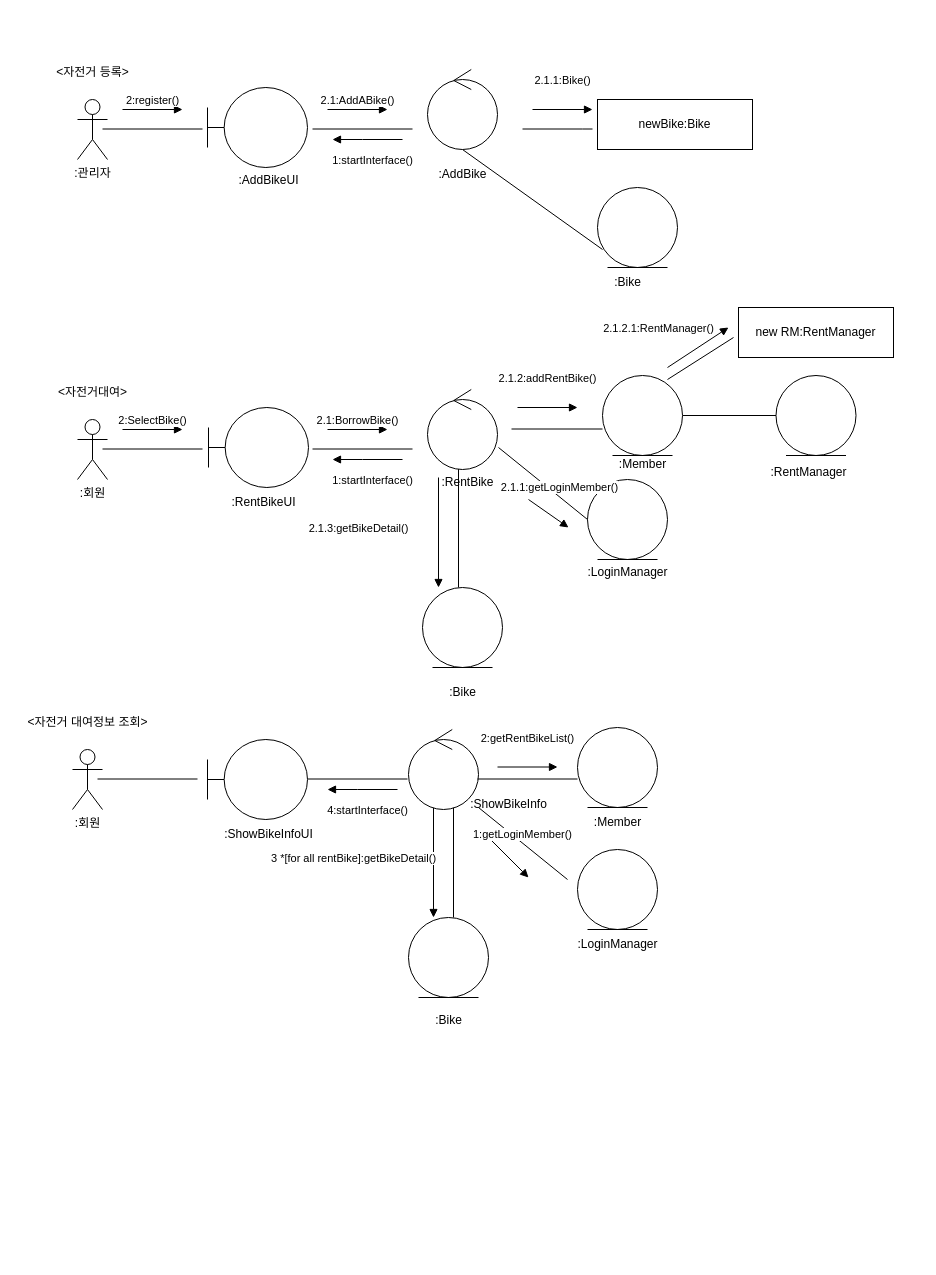
This is page "페이지-2" (2 of 2) of 소공2차과제 커뮤니케이션 다이어그램.drawio.xml from nowOne2/se2ndAssignment, a draw.io file, before an edit. Source tidied: cells renumbered, new cells numbered last; positions are measured from the earlier drawing's top-left corner, leaving out a move shared by most shapes. Both pictures are drawn from the tidied source at 100%, with x=0, y=0 at pixel (17, 57).
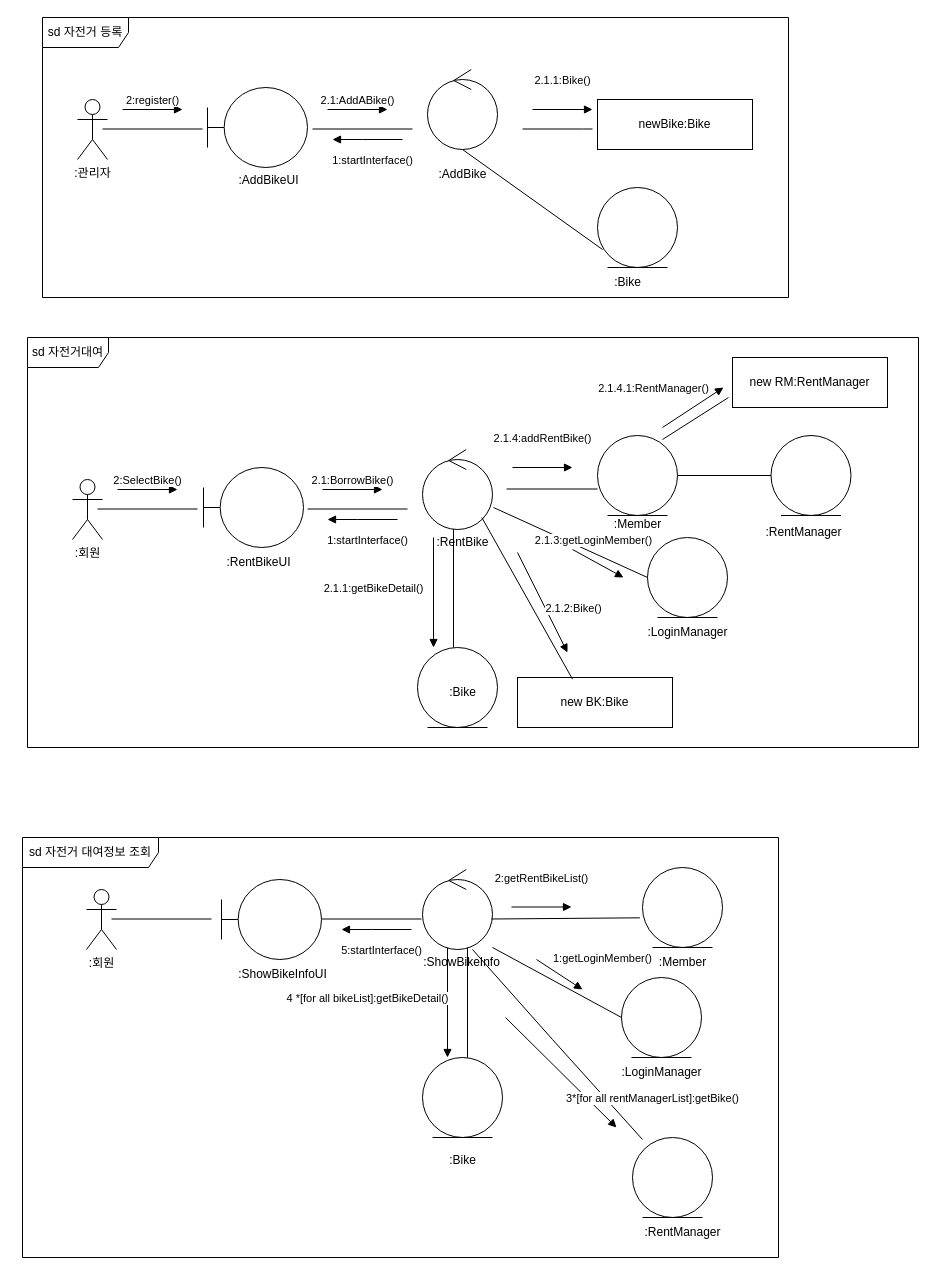
The same diagram, later.

What changed in the source:
```diff
@@
-    <mxCell id="2" value="&amp;lt;자전거 등록&amp;gt;" style="text;html=1;align=center;verticalAlign=middle;strokeColor=none;fillColor=none;" parent="1" vertex="1">
-      <mxGeometry x="25" width="100" height="30" as="geometry" />
-    </mxCell>
@@
-    <mxCell id="13" value="&amp;lt;자전거대여&amp;gt;" style="text;html=1;align=center;verticalAlign=middle;strokeColor=none;fillColor=none;" parent="1" vertex="1">
-      <mxGeometry x="30" y="320" width="90" height="30" as="geometry" />
-    </mxCell>
     <mxCell id="14" value=":회원" style="shape=umlActor;verticalLabelPosition=bottom;verticalAlign=top;html=1;" parent="1" vertex="1">
-      <mxGeometry x="60" y="362" width="30" height="60" as="geometry" />
+      <mxGeometry x="55" y="422" width="30" height="60" as="geometry" />
     </mxCell>
     <mxCell id="15" value="new RM:RentManager" style="html=1;whiteSpace=wrap;" parent="1" vertex="1">
-      <mxGeometry x="721" y="250" width="155" height="50" as="geometry" />
+      <mxGeometry x="715" y="300" width="155" height="50" as="geometry" />
     </mxCell>
     <mxCell id="16" style="endArrow=none;html=1;rounded=0;" parent="1" edge="1">
       <mxGeometry relative="1" as="geometry">
-        <mxPoint x="85" y="391.5" as="sourcePoint" />
-        <mxPoint x="185" y="391.5" as="targetPoint" />
+        <mxPoint x="80" y="451.5" as="sourcePoint" />
+        <mxPoint x="180" y="451.5" as="targetPoint" />
       </mxGeometry>
     </mxCell>
     <mxCell id="17" style="endArrow=none;html=1;rounded=0;" parent="1" edge="1">
       <mxGeometry relative="1" as="geometry">
-        <mxPoint x="295" y="391.5" as="sourcePoint" />
-        <mxPoint x="395" y="391.5" as="targetPoint" />
+        <mxPoint x="290" y="451.5" as="sourcePoint" />
+        <mxPoint x="390" y="451.5" as="targetPoint" />
       </mxGeometry>
     </mxCell>
     <mxCell id="18" value="1:startInterface()" style="html=1;verticalAlign=bottom;endArrow=block;curved=0;rounded=0;" parent="1" edge="1">
       <mxGeometry x="-0.14" y="30" relative="1" as="geometry">
-        <mxPoint x="385" y="402" as="sourcePoint" />
-        <mxPoint x="315" y="402" as="targetPoint" />
+        <mxPoint x="380" y="462" as="sourcePoint" />
+        <mxPoint x="310" y="462" as="targetPoint" />
         <Array as="points">
-          <mxPoint x="345" y="402" />
+          <mxPoint x="340" y="462" />
         </Array>
       </mxGeometry>
     </mxCell>
     <mxCell id="19" value="2:SelectBike()" style="html=1;verticalAlign=bottom;endArrow=block;curved=0;rounded=0;" parent="1" edge="1">
       <mxGeometry relative="1" as="geometry">
-        <mxPoint x="105" y="372" as="sourcePoint" />
-        <mxPoint x="165" y="372" as="targetPoint" />
+        <mxPoint x="100" y="432" as="sourcePoint" />
+        <mxPoint x="160" y="432" as="targetPoint" />
       </mxGeometry>
     </mxCell>
     <mxCell id="20" value="2.1:BorrowBike()" style="html=1;verticalAlign=bottom;endArrow=block;curved=0;rounded=0;" parent="1" edge="1">
       <mxGeometry relative="1" as="geometry">
-        <mxPoint x="310" y="372" as="sourcePoint" />
-        <mxPoint x="370" y="372" as="targetPoint" />
+        <mxPoint x="305" y="432" as="sourcePoint" />
+        <mxPoint x="365" y="432" as="targetPoint" />
       </mxGeometry>
     </mxCell>
     <mxCell id="21" style="endArrow=none;html=1;rounded=0;" parent="1" edge="1">
       <mxGeometry relative="1" as="geometry">
-        <mxPoint x="441" y="410" as="sourcePoint" />
-        <mxPoint x="441" y="530" as="targetPoint" />
+        <mxPoint x="436" y="470" as="sourcePoint" />
+        <mxPoint x="436" y="590" as="targetPoint" />
       </mxGeometry>
     </mxCell>
-    <mxCell id="22" value="2.1.3:getBikeDetail()" style="html=1;verticalAlign=bottom;endArrow=block;curved=0;rounded=0;" parent="1" edge="1">
-      <mxGeometry x="0.09" y="-80" relative="1" as="geometry">
-        <mxPoint x="421" y="420" as="sourcePoint" />
-        <mxPoint x="421" y="530" as="targetPoint" />
+    <mxCell id="22" value="2.1.1:getBikeDetail()" style="html=1;verticalAlign=bottom;endArrow=block;curved=0;rounded=0;" parent="1" edge="1">
+      <mxGeometry x="0.09" y="-60" relative="1" as="geometry">
+        <mxPoint x="416" y="480" as="sourcePoint" />
+        <mxPoint x="416" y="590" as="targetPoint" />
       </mxGeometry>
     </mxCell>
-    <mxCell id="23" value="&amp;lt;자전거 대여정보 조회&amp;gt;" style="text;html=1;align=center;verticalAlign=middle;strokeColor=none;fillColor=none;" parent="1" vertex="1">
-      <mxGeometry y="650" width="140" height="30" as="geometry" />
-    </mxCell>
     <mxCell id="24" value=":회원" style="shape=umlActor;verticalLabelPosition=bottom;verticalAlign=top;html=1;" parent="1" vertex="1">
-      <mxGeometry x="55" y="692" width="30" height="60" as="geometry" />
+      <mxGeometry x="69" y="832" width="30" height="60" as="geometry" />
     </mxCell>
     <mxCell id="25" style="endArrow=none;html=1;rounded=0;" parent="1" edge="1">
       <mxGeometry relative="1" as="geometry">
-        <mxPoint x="80" y="721.5" as="sourcePoint" />
-        <mxPoint x="180" y="721.5" as="targetPoint" />
+        <mxPoint x="94" y="861.5" as="sourcePoint" />
+        <mxPoint x="194" y="861.5" as="targetPoint" />
       </mxGeometry>
     </mxCell>
     <mxCell id="26" style="endArrow=none;html=1;rounded=0;" parent="1" edge="1">
       <mxGeometry relative="1" as="geometry">
-        <mxPoint x="290" y="721.5" as="sourcePoint" />
-        <mxPoint x="390" y="721.5" as="targetPoint" />
+        <mxPoint x="304" y="861.5" as="sourcePoint" />
+        <mxPoint x="404" y="861.5" as="targetPoint" />
       </mxGeometry>
     </mxCell>
-    <mxCell id="27" value="4:startInterface()" style="html=1;verticalAlign=bottom;endArrow=block;curved=0;rounded=0;" parent="1" edge="1">
+    <mxCell id="27" value="5:startInterface()" style="html=1;verticalAlign=bottom;endArrow=block;curved=0;rounded=0;" parent="1" edge="1">
       <mxGeometry x="-0.14" y="30" relative="1" as="geometry">
-        <mxPoint x="380" y="732" as="sourcePoint" />
-        <mxPoint x="310" y="732" as="targetPoint" />
+        <mxPoint x="394" y="872" as="sourcePoint" />
+        <mxPoint x="324" y="872" as="targetPoint" />
         <Array as="points">
-          <mxPoint x="340" y="732" />
+          <mxPoint x="354" y="872" />
         </Array>
       </mxGeometry>
     </mxCell>
     <mxCell id="28" style="endArrow=none;html=1;rounded=0;" parent="1" edge="1">
       <mxGeometry relative="1" as="geometry">
-        <mxPoint x="436" y="740" as="sourcePoint" />
-        <mxPoint x="436" y="860" as="targetPoint" />
+        <mxPoint x="450" y="880" as="sourcePoint" />
+        <mxPoint x="450" y="1000" as="targetPoint" />
       </mxGeometry>
     </mxCell>
-    <mxCell id="29" value="3 *[for all rentBike]:getBikeDetail()" style="html=1;verticalAlign=bottom;endArrow=block;curved=0;rounded=0;" parent="1" edge="1">
+    <mxCell id="29" value="4 *[for all bikeList]:getBikeDetail()" style="html=1;verticalAlign=bottom;endArrow=block;curved=0;rounded=0;" parent="1" edge="1">
       <mxGeometry x="0.09" y="-80" relative="1" as="geometry">
-        <mxPoint x="416" y="750" as="sourcePoint" />
-        <mxPoint x="416" y="860" as="targetPoint" />
+        <mxPoint x="430" y="890" as="sourcePoint" />
+        <mxPoint x="430" y="1000" as="targetPoint" />
       </mxGeometry>
     </mxCell>
@@
     <mxCell id="35" style="shape=umlBoundary;whiteSpace=wrap;html=1;" parent="1" vertex="1">
-      <mxGeometry x="191" y="350" width="100" height="80" as="geometry" />
+      <mxGeometry x="186" y="410" width="100" height="80" as="geometry" />
     </mxCell>
     <mxCell id="36" style="ellipse;shape=umlControl;whiteSpace=wrap;html=1;" parent="1" vertex="1">
-      <mxGeometry x="410" y="332" width="70" height="80" as="geometry" />
+      <mxGeometry x="405" y="392" width="70" height="80" as="geometry" />
     </mxCell>
     <mxCell id="37" style="ellipse;shape=umlEntity;whiteSpace=wrap;html=1;" parent="1" vertex="1">
-      <mxGeometry x="405" y="530" width="80" height="80" as="geometry" />
+      <mxGeometry x="400" y="590" width="80" height="80" as="geometry" />
     </mxCell>
     <mxCell id="38" style="ellipse;shape=umlEntity;whiteSpace=wrap;html=1;" parent="1" vertex="1">
-      <mxGeometry x="758.5" y="318" width="80" height="80" as="geometry" />
+      <mxGeometry x="753.5" y="378" width="80" height="80" as="geometry" />
     </mxCell>
     <mxCell id="39" value=":RentBikeUI" style="text;html=1;align=center;verticalAlign=middle;strokeColor=none;fillColor=none;" parent="1" vertex="1">
-      <mxGeometry x="201" y="430" width="90" height="30" as="geometry" />
+      <mxGeometry x="196" y="490" width="90" height="30" as="geometry" />
     </mxCell>
     <mxCell id="40" value=":RentBike" style="text;html=1;align=center;verticalAlign=middle;strokeColor=none;fillColor=none;" parent="1" vertex="1">
-      <mxGeometry x="410" y="410" width="80" height="30" as="geometry" />
+      <mxGeometry x="405" y="470" width="80" height="30" as="geometry" />
     </mxCell>
@@
     <mxCell id="42" value=":RentManager" style="text;html=1;align=center;verticalAlign=middle;strokeColor=none;fillColor=none;" parent="1" vertex="1">
-      <mxGeometry x="741" y="400" width="100" height="30" as="geometry" />
+      <mxGeometry x="736" y="460" width="100" height="30" as="geometry" />
     </mxCell>
     <mxCell id="43" style="shape=umlBoundary;whiteSpace=wrap;html=1;" parent="1" vertex="1">
-      <mxGeometry x="190" y="682" width="100" height="80" as="geometry" />
+      <mxGeometry x="204" y="822" width="100" height="80" as="geometry" />
     </mxCell>
     <mxCell id="44" style="ellipse;shape=umlControl;whiteSpace=wrap;html=1;" parent="1" vertex="1">
-      <mxGeometry x="391" y="672" width="70" height="80" as="geometry" />
+      <mxGeometry x="405" y="812" width="70" height="80" as="geometry" />
     </mxCell>
     <mxCell id="45" style="ellipse;shape=umlEntity;whiteSpace=wrap;html=1;" parent="1" vertex="1">
-      <mxGeometry x="391" y="860" width="80" height="80" as="geometry" />
+      <mxGeometry x="405" y="1000" width="80" height="80" as="geometry" />
     </mxCell>
     <mxCell id="46" value=":ShowBikeInfoUI" style="text;html=1;align=center;verticalAlign=middle;strokeColor=none;fillColor=none;" parent="1" vertex="1">
-      <mxGeometry x="196" y="762" width="110" height="30" as="geometry" />
+      <mxGeometry x="210" y="902" width="110" height="30" as="geometry" />
     </mxCell>
     <mxCell id="47" value=":ShowBikeInfo" style="text;html=1;align=center;verticalAlign=middle;strokeColor=none;fillColor=none;" parent="1" vertex="1">
-      <mxGeometry x="441" y="732" width="100" height="30" as="geometry" />
+      <mxGeometry x="394" y="890" width="100" height="30" as="geometry" />
     </mxCell>
     <mxCell id="48" value=":Bike" style="text;html=1;align=center;verticalAlign=middle;strokeColor=none;fillColor=none;" parent="1" vertex="1">
-      <mxGeometry x="406" y="948" width="50" height="30" as="geometry" />
+      <mxGeometry x="420" y="1088" width="50" height="30" as="geometry" />
     </mxCell>
@@
     <mxCell id="50" style="ellipse;shape=umlEntity;whiteSpace=wrap;html=1;" parent="1" vertex="1">
-      <mxGeometry x="585" y="318" width="80" height="80" as="geometry" />
+      <mxGeometry x="580" y="378" width="80" height="80" as="geometry" />
     </mxCell>
     <mxCell id="51" style="ellipse;shape=umlEntity;whiteSpace=wrap;html=1;" parent="1" vertex="1">
-      <mxGeometry x="570" y="422" width="80" height="80" as="geometry" />
+      <mxGeometry x="630" y="480" width="80" height="80" as="geometry" />
     </mxCell>
     <mxCell id="52" value=":Member" style="text;html=1;align=center;verticalAlign=middle;strokeColor=none;fillColor=none;" parent="1" vertex="1">
-      <mxGeometry x="590" y="392" width="70" height="30" as="geometry" />
+      <mxGeometry x="585" y="452" width="70" height="30" as="geometry" />
     </mxCell>
     <mxCell id="53" value=":LoginManager" style="text;html=1;align=center;verticalAlign=middle;strokeColor=none;fillColor=none;" parent="1" vertex="1">
-      <mxGeometry x="560" y="500" width="100" height="30" as="geometry" />
+      <mxGeometry x="620" y="560" width="100" height="30" as="geometry" />
     </mxCell>
     <mxCell id="54" style="endArrow=none;html=1;rounded=0;entryX=0;entryY=0.5;entryDx=0;entryDy=0;" parent="1" edge="1" target="51">
       <mxGeometry relative="1" as="geometry">
-        <mxPoint x="481" y="390" as="sourcePoint" />
+        <mxPoint x="476" y="450" as="sourcePoint" />
       </mxGeometry>
     </mxCell>
-    <mxCell id="55" value="2.1.1:getLoginMember()" style="html=1;verticalAlign=bottom;endArrow=block;curved=0;rounded=0;" parent="1" edge="1">
-      <mxGeometry y="20" relative="1" as="geometry">
-        <mxPoint x="511" y="442" as="sourcePoint" />
-        <mxPoint x="551" y="470" as="targetPoint" />
+    <mxCell id="55" value="2.1.3:getLoginMember()" style="html=1;verticalAlign=bottom;endArrow=block;curved=0;rounded=0;" parent="1" edge="1">
+      <mxGeometry x="-0.37" y="10" relative="1" as="geometry">
+        <mxPoint x="555" y="492" as="sourcePoint" />
+        <mxPoint x="606" y="520" as="targetPoint" />
       </mxGeometry>
     </mxCell>
     <mxCell id="56" style="endArrow=none;html=1;rounded=0;" parent="1" edge="1">
       <mxGeometry relative="1" as="geometry">
-        <mxPoint x="494" y="371.5" as="sourcePoint" />
-        <mxPoint x="585" y="371.5" as="targetPoint" />
+        <mxPoint x="489" y="431.5" as="sourcePoint" />
+        <mxPoint x="580" y="431.5" as="targetPoint" />
       </mxGeometry>
     </mxCell>
-    <mxCell id="57" value="2.1.2:addRentBike()" style="html=1;verticalAlign=bottom;endArrow=block;curved=0;rounded=0;" parent="1" edge="1">
+    <mxCell id="57" value="2.1.4:addRentBike()" style="html=1;verticalAlign=bottom;endArrow=block;curved=0;rounded=0;" parent="1" edge="1">
       <mxGeometry y="20" relative="1" as="geometry">
-        <mxPoint x="500" y="350" as="sourcePoint" />
-        <mxPoint x="560" y="350" as="targetPoint" />
+        <mxPoint x="495" y="410" as="sourcePoint" />
+        <mxPoint x="555" y="410" as="targetPoint" />
       </mxGeometry>
     </mxCell>
     <mxCell id="58" style="endArrow=none;html=1;rounded=0;" parent="1" edge="1">
       <mxGeometry relative="1" as="geometry">
-        <mxPoint x="650" y="322" as="sourcePoint" />
-        <mxPoint x="716" y="280" as="targetPoint" />
+        <mxPoint x="645" y="382" as="sourcePoint" />
+        <mxPoint x="711" y="340" as="targetPoint" />
       </mxGeometry>
     </mxCell>
-    <mxCell id="59" value="2.1.2.1:RentManager()" style="html=1;verticalAlign=bottom;endArrow=block;curved=0;rounded=0;" parent="1" edge="1">
+    <mxCell id="59" value="2.1.4.1:RentManager()" style="html=1;verticalAlign=bottom;endArrow=block;curved=0;rounded=0;" parent="1" edge="1">
       <mxGeometry x="-0.76" y="30" relative="1" as="geometry">
-        <mxPoint x="650" y="310" as="sourcePoint" />
-        <mxPoint x="711" y="270" as="targetPoint" />
+        <mxPoint x="645" y="370" as="sourcePoint" />
+        <mxPoint x="706" y="330" as="targetPoint" />
       </mxGeometry>
     </mxCell>
     <mxCell id="60" style="ellipse;shape=umlEntity;whiteSpace=wrap;html=1;" parent="1" vertex="1">
-      <mxGeometry x="560" y="792" width="80" height="80" as="geometry" />
+      <mxGeometry x="604" y="920" width="80" height="80" as="geometry" />
     </mxCell>
     <mxCell id="61" style="ellipse;shape=umlEntity;whiteSpace=wrap;html=1;" parent="1" vertex="1">
-      <mxGeometry x="560" y="670" width="80" height="80" as="geometry" />
+      <mxGeometry x="625" y="810" width="80" height="80" as="geometry" />
     </mxCell>
     <mxCell id="62" value=":Member" style="text;html=1;align=center;verticalAlign=middle;strokeColor=none;fillColor=none;" parent="1" vertex="1">
-      <mxGeometry x="565" y="750" width="70" height="30" as="geometry" />
+      <mxGeometry x="630" y="890" width="70" height="30" as="geometry" />
     </mxCell>
     <mxCell id="63" value=":LoginManager" style="text;html=1;align=center;verticalAlign=middle;strokeColor=none;fillColor=none;" parent="1" vertex="1">
-      <mxGeometry x="550" y="872" width="100" height="30" as="geometry" />
+      <mxGeometry x="594" y="1000" width="100" height="30" as="geometry" />
     </mxCell>
-    <mxCell id="64" style="endArrow=none;html=1;rounded=0;entryX=0;entryY=0.5;entryDx=0;entryDy=0;" parent="1" edge="1">
+    <mxCell id="64" style="endArrow=none;html=1;rounded=0;entryX=0;entryY=0.5;entryDx=0;entryDy=0;" parent="1" edge="1" target="60">
       <mxGeometry relative="1" as="geometry">
-        <mxPoint x="461" y="750" as="sourcePoint" />
-        <mxPoint x="550" y="822" as="targetPoint" />
+        <mxPoint x="475" y="890" as="sourcePoint" />
       </mxGeometry>
     </mxCell>
-    <mxCell id="65" style="endArrow=none;html=1;rounded=0;" parent="1" edge="1">
+    <mxCell id="65" style="endArrow=none;html=1;rounded=0;entryX=-0.033;entryY=0.629;entryDx=0;entryDy=0;entryPerimeter=0;" parent="1" edge="1" target="61">
       <mxGeometry relative="1" as="geometry">
-        <mxPoint x="460" y="721.5" as="sourcePoint" />
-        <mxPoint x="560" y="721.5" as="targetPoint" />
+        <mxPoint x="474" y="861.5" as="sourcePoint" />
       </mxGeometry>
     </mxCell>
     <mxCell id="66" value="1:getLoginMember()" style="html=1;verticalAlign=bottom;endArrow=block;curved=0;rounded=0;" parent="1" edge="1">
-      <mxGeometry y="20" relative="1" as="geometry">
-        <mxPoint x="471" y="780" as="sourcePoint" />
-        <mxPoint x="511" y="820" as="targetPoint" />
+      <mxGeometry x="1" y="30" relative="1" as="geometry">
+        <mxPoint x="519" y="902" as="sourcePoint" />
+        <mxPoint x="565" y="932" as="targetPoint" />
+        <mxPoint x="4" y="3" as="offset" />
       </mxGeometry>
     </mxCell>
     <mxCell id="67" value="2:getRentBikeList()" style="html=1;verticalAlign=bottom;endArrow=block;curved=0;rounded=0;" parent="1" edge="1">
       <mxGeometry y="20" relative="1" as="geometry">
-        <mxPoint x="480" y="709.5" as="sourcePoint" />
-        <mxPoint x="540" y="709.5" as="targetPoint" />
+        <mxPoint x="494" y="849.5" as="sourcePoint" />
+        <mxPoint x="554" y="849.5" as="targetPoint" />
       </mxGeometry>
     </mxCell>
@@
+    <mxCell id="69" value="new BK:Bike" style="html=1;whiteSpace=wrap;" parent="1" vertex="1">
+      <mxGeometry x="500" y="620" width="155" height="50" as="geometry" />
+    </mxCell>
+    <mxCell id="70" style="endArrow=none;html=1;rounded=0;entryX=0;entryY=0;entryDx=0;entryDy=0;" parent="1" edge="1">
+      <mxGeometry relative="1" as="geometry">
+        <mxPoint x="464.3" y="460" as="sourcePoint" />
+        <mxPoint x="555" y="621.7" as="targetPoint" />
+      </mxGeometry>
+    </mxCell>
+    <mxCell id="71" value="2.1.2:Bike()" style="html=1;verticalAlign=bottom;endArrow=block;curved=0;rounded=0;" parent="1" edge="1">
+      <mxGeometry x="0.49" y="21" relative="1" as="geometry">
+        <mxPoint x="500" y="495" as="sourcePoint" />
+        <mxPoint x="550" y="595" as="targetPoint" />
+      </mxGeometry>
+    </mxCell>
+    <mxCell id="72" style="ellipse;shape=umlEntity;whiteSpace=wrap;html=1;" parent="1" vertex="1">
+      <mxGeometry x="615" y="1080" width="80" height="80" as="geometry" />
+    </mxCell>
+    <mxCell id="73" value=":RentManager" style="text;html=1;align=center;verticalAlign=middle;strokeColor=none;fillColor=none;" parent="1" vertex="1">
+      <mxGeometry x="615" y="1160" width="100" height="30" as="geometry" />
+    </mxCell>
+    <mxCell id="74" style="endArrow=none;html=1;rounded=0;" parent="1" edge="1">
+      <mxGeometry relative="1" as="geometry">
+        <mxPoint x="455" y="892" as="sourcePoint" />
+        <mxPoint x="625" y="1082" as="targetPoint" />
+        <Array as="points">
+          <mxPoint x="535" y="982" />
+        </Array>
+      </mxGeometry>
+    </mxCell>
+    <mxCell id="75" value="3*[for all rentManagerList]:getBike()" style="html=1;verticalAlign=bottom;endArrow=block;curved=0;rounded=0;" parent="1" edge="1">
+      <mxGeometry x="1" y="41" relative="1" as="geometry">
+        <mxPoint x="488" y="960" as="sourcePoint" />
+        <mxPoint x="599" y="1070" as="targetPoint" />
+        <mxPoint x="7" y="9" as="offset" />
+      </mxGeometry>
+    </mxCell>
+    <mxCell id="76" value="sd 자전거 등록" style="shape=umlFrame;whiteSpace=wrap;html=1;width=86;height=30;" parent="1" vertex="1">
+      <mxGeometry x="25" y="-40" width="746" height="280" as="geometry" />
+    </mxCell>
+    <mxCell id="77" value="sd 자전거대여" style="shape=umlFrame;whiteSpace=wrap;html=1;width=81;height=30;" parent="1" vertex="1">
+      <mxGeometry x="10" y="280" width="891" height="410" as="geometry" />
+    </mxCell>
+    <mxCell id="78" value="sd 자전거 대여정보 조회" style="shape=umlFrame;whiteSpace=wrap;html=1;width=136;height=30;" parent="1" vertex="1">
+      <mxGeometry x="5" y="780" width="756" height="420" as="geometry" />
+    </mxCell>
```
